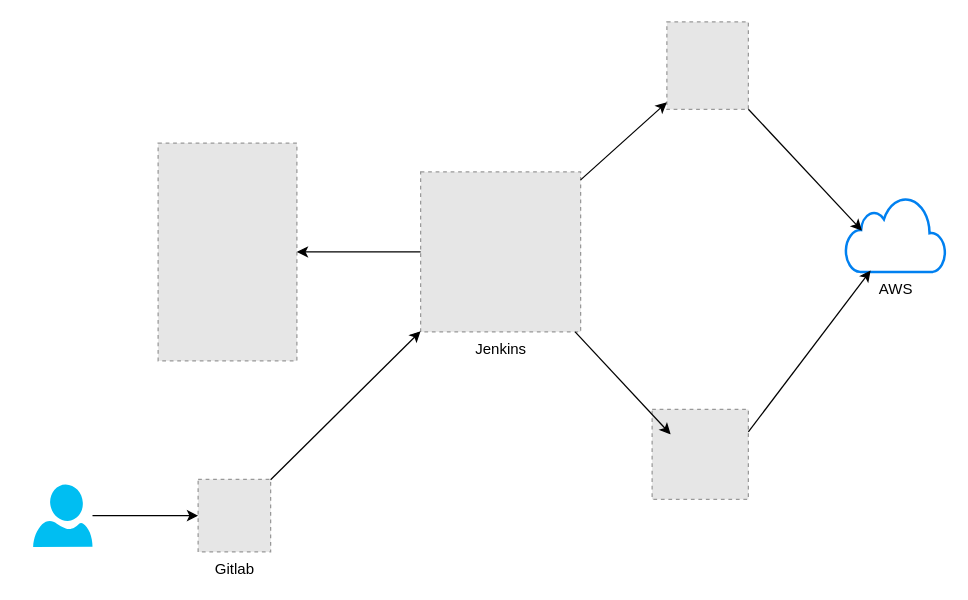
The draw.io diagram flow.drawio in ghitas/uml, before the edit. Source tidied: cells renumbered, new cells numbered last; positions are measured from the earlier drawing's top-left corner, leaving out a move shared by most shapes. Both pictures are drawn from the tidied source at 125%, with x=0, y=0 at pixel (32, 21). Pictures stored in the file or linked from it are replaced by grey dashed boxes.
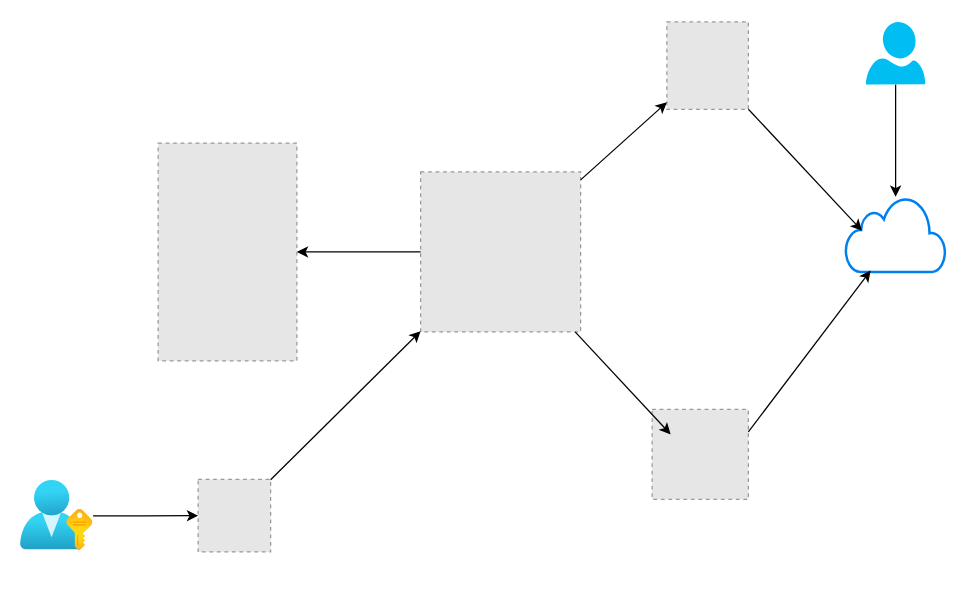
The same diagram, later.

Change to the diagram source:
```diff
@@
 <mxGraphModel>
   <root>
     <mxCell id="0" />
     <mxCell id="1" parent="0" />
-    <mxCell id="2" value="Jenkins" style="fillColor=#E6E6E6;strokeColor=#999999;dashed=1;html=1;verticalAlign=top;verticalLabelPosition=bottom;labelBackgroundColor=#ffffff;" parent="1" vertex="1">
+    <mxCell id="2" style="fillColor=#E6E6E6;strokeColor=#999999;dashed=1;html=1;verticalAlign=top;verticalLabelPosition=bottom;labelBackgroundColor=#ffffff;" parent="1" vertex="1">
       <mxGeometry x="310" y="120" width="128" height="128" as="geometry" />
     </mxCell>
     <mxCell id="3" style="fillColor=#E6E6E6;strokeColor=#999999;dashed=1;verticalLabelPosition=bottom;labelBackgroundColor=#ffffff;verticalAlign=top;" parent="1" vertex="1">
       <mxGeometry x="100" y="96.9" width="111" height="174.3" as="geometry" />
     </mxCell>
-    <mxCell id="4" value="Gitlab" style="fillColor=#E6E6E6;strokeColor=#999999;dashed=1;html=1;verticalAlign=top;verticalLabelPosition=bottom;labelBackgroundColor=#ffffff;" parent="1" vertex="1">
+    <mxCell id="4" style="fillColor=#E6E6E6;strokeColor=#999999;dashed=1;html=1;verticalAlign=top;verticalLabelPosition=bottom;labelBackgroundColor=#ffffff;" parent="1" vertex="1">
       <mxGeometry x="132" y="366" width="58" height="58" as="geometry" />
     </mxCell>
-    <mxCell id="5" value="AWS" style="html=1;verticalLabelPosition=bottom;align=center;labelBackgroundColor=#ffffff;verticalAlign=top;strokeWidth=2;strokeColor=#0080F0;shadow=0;dashed=0;shape=mxgraph.ios7.icons.cloud;" parent="1" vertex="1">
+    <mxCell id="5" style="html=1;verticalLabelPosition=bottom;align=center;labelBackgroundColor=#ffffff;verticalAlign=top;strokeWidth=2;strokeColor=#0080F0;shadow=0;dashed=0;shape=mxgraph.ios7.icons.cloud;" parent="1" vertex="1">
       <mxGeometry x="650" y="140" width="80" height="60" as="geometry" />
     </mxCell>
     <mxCell id="6" style="fillColor=#E6E6E6;strokeColor=#999999;dashed=1;verticalLabelPosition=bottom;labelBackgroundColor=#ffffff;verticalAlign=top;" parent="1" vertex="1">
       <mxGeometry x="495.2" y="310" width="77" height="72" as="geometry" />
     </mxCell>
-    <mxCell id="7" style="edgeStyle=orthogonalEdgeStyle;rounded=0;jettySize=auto;html=1;" parent="1" edge="1" source="8" target="4">
+    <mxCell id="7" style="edgeStyle=orthogonalEdgeStyle;rounded=0;jettySize=auto;html=1;" parent="1" edge="1" source="17" target="4">
       <mxGeometry relative="1" as="geometry" />
     </mxCell>
+    <mxCell id="16" style="edgeStyle=orthogonalEdgeStyle;rounded=0;jettySize=auto;html=1;" parent="1" edge="1" source="8" target="5">
+      <mxGeometry relative="1" as="geometry" />
+    </mxCell>
     <mxCell id="8" style="verticalLabelPosition=bottom;html=1;verticalAlign=top;align=center;strokeColor=none;fillColor=#00BEF2;shape=mxgraph.azure.user;sketch=0;" parent="1" vertex="1">
-      <mxGeometry y="370" width="47.5" height="50" as="geometry" />
+      <mxGeometry x="666.2" width="47.5" height="50" as="geometry" />
     </mxCell>
     <mxCell id="9" style="endArrow=classic;html=1;" parent="1" edge="1" source="4" target="2">
       <mxGeometry relative="1" as="geometry" />
     </mxCell>
     <mxCell id="10" style="fillColor=#E6E6E6;strokeColor=#999999;dashed=1;verticalLabelPosition=bottom;labelBackgroundColor=#ffffff;verticalAlign=top;" parent="1" vertex="1">
       <mxGeometry x="507" width="65.2" height="70" as="geometry" />
     </mxCell>
     <mxCell id="11" style="endArrow=classic;html=1;" parent="1" edge="1" source="2" target="10">
       <mxGeometry relative="1" as="geometry" />
     </mxCell>
     <mxCell id="12" style="endArrow=classic;html=1;" parent="1" edge="1" source="2">
       <mxGeometry relative="1" as="geometry">
         <mxPoint x="510" y="330" as="targetPoint" />
       </mxGeometry>
     </mxCell>
     <mxCell id="13" style="endArrow=classic;html=1;entryX=0.163;entryY=0.45;entryDx=0;entryDy=0;entryPerimeter=0;" parent="1" edge="1" source="10" target="5">
       <mxGeometry relative="1" as="geometry" />
     </mxCell>
     <mxCell id="14" style="endArrow=classic;html=1;" parent="1" edge="1" source="2" target="3">
       <mxGeometry relative="1" as="geometry" />
     </mxCell>
     <mxCell id="15" style="endArrow=classic;html=1;exitX=1;exitY=0.25;exitDx=0;exitDy=0;" parent="1" edge="1" source="6">
       <mxGeometry relative="1" as="geometry">
         <mxPoint x="670" y="199" as="targetPoint" />
       </mxGeometry>
     </mxCell>
+    <mxCell id="17" style="html=1;points=[];align=center;image;fontSize=12;image=img/lib/azure2/azure_stack/User_Subscriptions.svg;sketch=0;" parent="1" vertex="1">
+      <mxGeometry x="-10" y="367" width="58" height="56.3" as="geometry" />
+    </mxCell>
   </root>
 </mxGraphModel>
```
